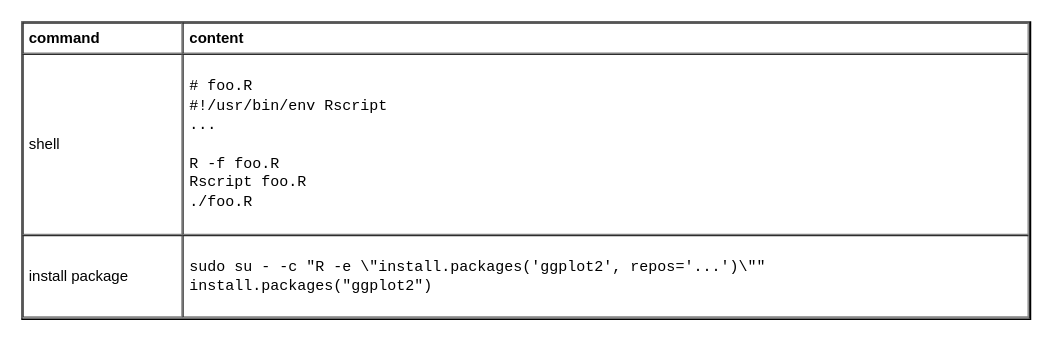
Earlier version of the draw.io diagram page "Syntax" (4 of 7) of languages/R/R.drawio (yangdj/tf_docs). Source tidied: cells renumbered, new cells numbered last; positions are measured from the earlier drawing's top-left corner, leaving out a move shared by most shapes. Both pictures are drawn from the tidied source at 125%, with x=0, y=0 at pixel (21, 21).
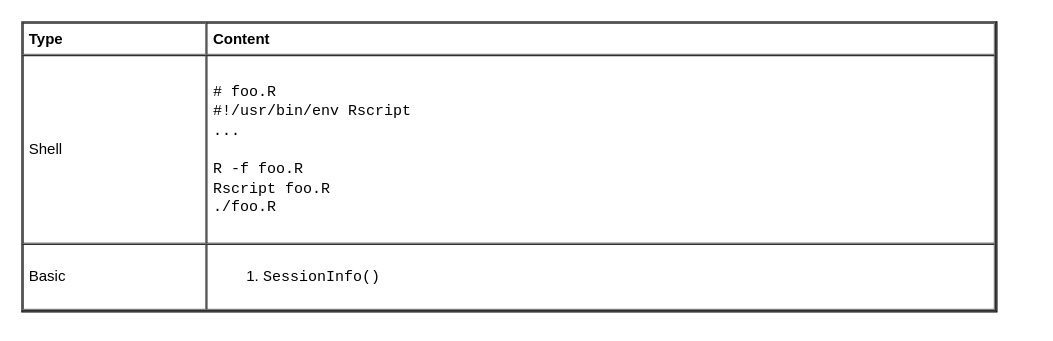
The same page after the edit.

Change to the diagram source:
```diff
@@
 <mxGraphModel>
   <root>
     <mxCell id="0" />
     <mxCell id="1" parent="0" />
-    <mxCell id="2" value="&lt;table cellpadding=&quot;4&quot; cellspacing=&quot;0&quot; border=&quot;1&quot; style=&quot;font-size: 1em ; width: 100% ; height: 100%&quot;&gt;&lt;tbody&gt;&lt;tr&gt;&lt;th&gt;command&lt;/th&gt;&lt;th&gt;content&lt;/th&gt;&lt;/tr&gt;&lt;tr&gt;&lt;td&gt;shell&lt;/td&gt;&lt;td&gt;&lt;p&gt;&lt;/p&gt;&lt;font face=&quot;Courier New&quot;&gt;# foo.R&lt;br&gt;#!/usr/bin/env Rscript&lt;br&gt;...&lt;br&gt;&lt;br&gt;R -f foo.R&lt;br&gt;Rscript foo.R&lt;br&gt;./foo.R&lt;/font&gt;&lt;p&gt;&lt;/p&gt;&lt;/td&gt;&lt;/tr&gt;&lt;tr&gt;&lt;td&gt;&lt;span style=&quot;font-size: 1em&quot;&gt;install package&lt;/span&gt;&lt;br&gt;&lt;/td&gt;&lt;td&gt;&lt;p&gt;&lt;span style=&quot;font-family: &amp;#34;courier new&amp;#34; ; font-size: 1em&quot;&gt;sudo su - -c &quot;R -e \&quot;install.packages('ggplot2', repos='...')\&quot;&quot;&lt;/span&gt;&lt;br&gt;&lt;span style=&quot;font-family: &amp;#34;courier new&amp;#34; ; font-size: 1em&quot;&gt;install.packages(&quot;ggplot2&quot;)&lt;/span&gt;&lt;br&gt;&lt;/p&gt;&lt;/td&gt;&lt;/tr&gt;&lt;/tbody&gt;&lt;/table&gt; " style="verticalAlign=top;align=left;overflow=fill;fontSize=12;fontFamily=Helvetica;html=1;fillColor=none;" parent="1" vertex="1">
-      <mxGeometry width="807" height="238" as="geometry" />
+    <mxCell id="2" value="&lt;table cellpadding=&quot;4&quot; cellspacing=&quot;0&quot; border=&quot;1&quot; style=&quot;font-size: 1em ; width: 100% ; height: 100%&quot;&gt;&lt;tbody&gt;&lt;tr&gt;&lt;th&gt;Type&lt;/th&gt;&lt;th&gt;Content&lt;/th&gt;&lt;/tr&gt;&lt;tr&gt;&lt;td&gt;Shell&lt;/td&gt;&lt;td&gt;&lt;p&gt;&lt;/p&gt;&lt;font face=&quot;Courier New&quot;&gt;# foo.R&lt;br&gt;#!/usr/bin/env Rscript&lt;br&gt;...&lt;br&gt;&lt;br&gt;R -f foo.R&lt;br&gt;Rscript foo.R&lt;br&gt;./foo.R&lt;/font&gt;&lt;p&gt;&lt;/p&gt;&lt;/td&gt;&lt;/tr&gt;&lt;tr&gt;&lt;td&gt;Basic&lt;/td&gt;&lt;td&gt;&lt;ol&gt;&lt;li&gt;&lt;font face=&quot;Courier New&quot;&gt;SessionInfo()&lt;/font&gt;&lt;/li&gt;&lt;/ol&gt;&lt;/td&gt;&lt;/tr&gt;&lt;/tbody&gt;&lt;/table&gt; " style="verticalAlign=top;align=left;overflow=fill;fontSize=12;fontFamily=Helvetica;html=1;fillColor=none;" parent="1" vertex="1">
+      <mxGeometry width="780" height="232" as="geometry" />
     </mxCell>
   </root>
 </mxGraphModel>
```
